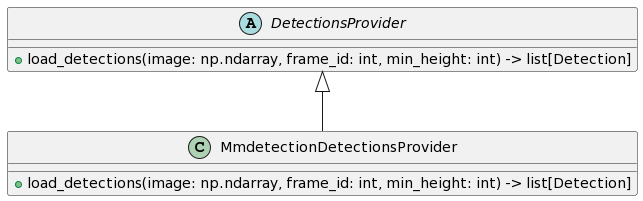
The PlantUML diagram resources/mmdet_detections_provider.png in st235/HSE.DeepLearning, before a commit. Source of this version:
```plantuml
@startuml
abstract class DetectionsProvider {
+ load_detections(image: np.ndarray, frame_id: int, min_height: int) -> list[Detection]
}
class MmdetectionDetectionsProvider {
+ load_detections(image: np.ndarray, frame_id: int, min_height: int) -> list[Detection]
}

DetectionsProvider <|-- MmdetectionDetectionsProvider
@enduml
```
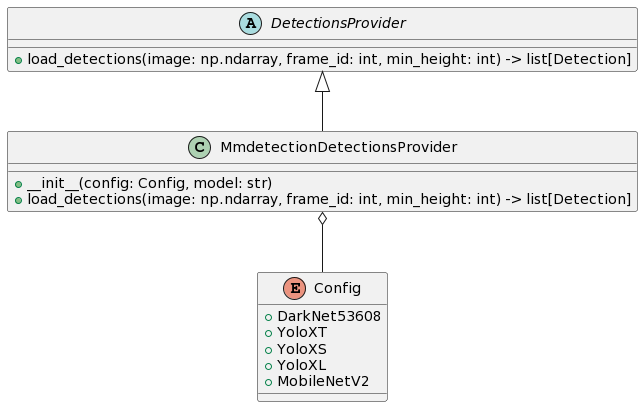
Later version of the same file.

Change to the diagram source:
```diff
@@ -3,8 +3,18 @@
 + load_detections(image: np.ndarray, frame_id: int, min_height: int) -> list[Detection]
 }
 class MmdetectionDetectionsProvider {
++ __init__(config: Config, model: str)
 + load_detections(image: np.ndarray, frame_id: int, min_height: int) -> list[Detection]
 }
 
+enum Config {
++ DarkNet53608
++ YoloXT
++ YoloXS
++ YoloXL
++ MobileNetV2
+}
+
 DetectionsProvider <|-- MmdetectionDetectionsProvider
+MmdetectionDetectionsProvider o-- Config
 @enduml
```
